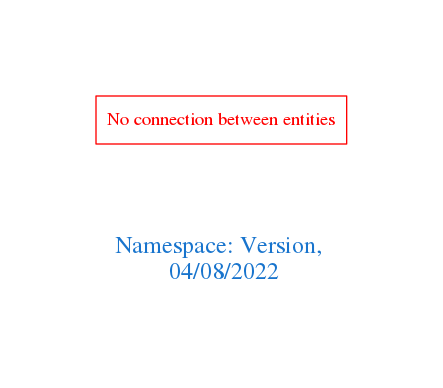
This is downloads/Version.png from arago/OGIT, a Graphviz export, as it was before one commit. Its source is kept beside it as downloads/Version.dot.
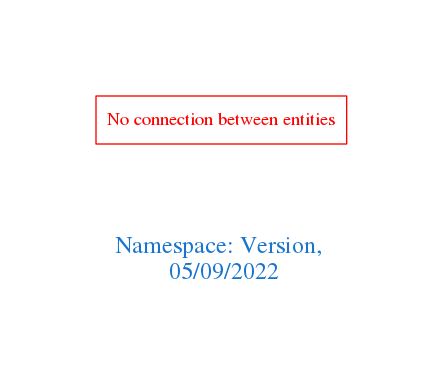
After the change.

Change to the diagram source:
```diff
@@ -1,7 +1,7 @@
 digraph OGIT_ontology {
  graph [ rankdir= LR,pad=1
 fontsize = 18,
-fontcolor= dodgerblue3,label = "\n\n\nNamespace: Version, \n 04/08/2022"];
+fontcolor= dodgerblue3,label = "\n\n\nNamespace: Version, \n 05/09/2022"];
 node[shape=polygon];
 edge [  color="gray81"];
 
```
